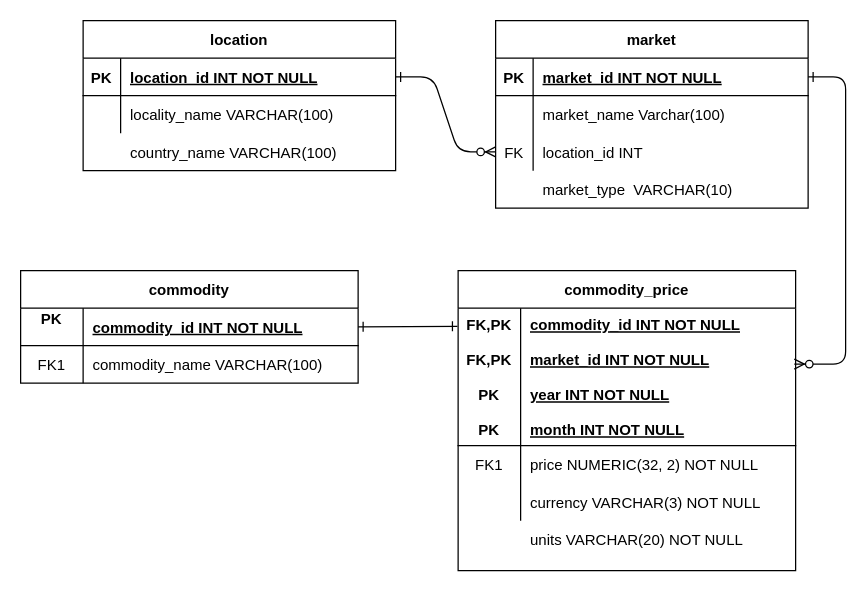
Ihor7748/db_lab4_khomyak keeps this draw.io diagram as ERD.drawio. Above is the earlier version. Source tidied: cells renumbered, new cells numbered last; positions are measured from the earlier drawing's top-left corner, leaving out a move shared by most shapes. Both pictures are drawn from the tidied source at 125%, with x=0, y=0 at pixel (20, 20).
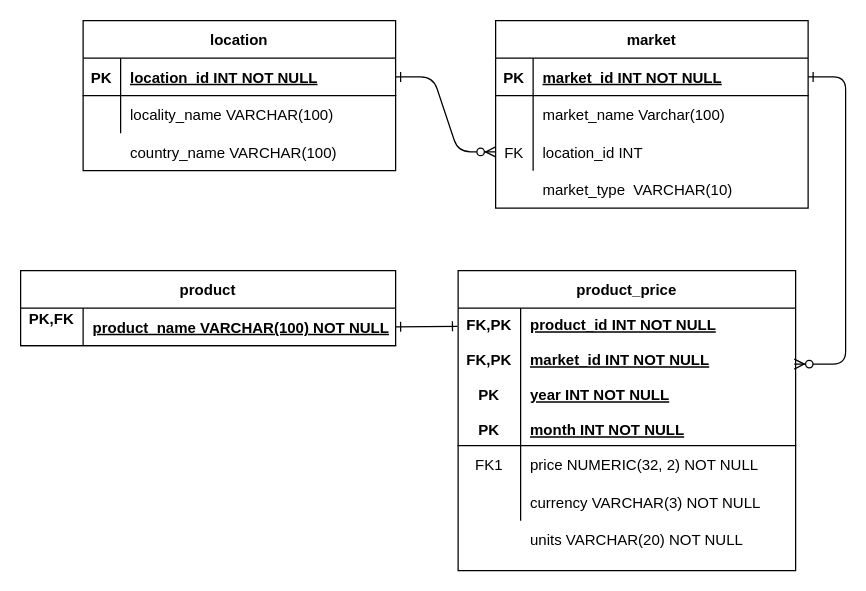
Above is the later version.

The change refers to these unchanged cells:
```xml
<mxCell id="15" style="shape=partialRectangle;fillColor=none;points=[[0,0.5],[1,0.5]];portConstraint=eastwest;top=0;left=0;right=0;bottom=1;" parent="14" vertex="1">
  <mxGeometry y="30" width="270" height="110" as="geometry" />
</mxCell>
```

Change to the diagram source:
```diff
@@
-    <mxCell id="14" value="commodity_price" style="shape=table;startSize=30;childLayout=tableLayout;rowLines=0;fontStyle=1;align=center;" parent="1" vertex="1">
+    <mxCell id="14" value="product_price" style="shape=table;startSize=30;childLayout=tableLayout;rowLines=0;fontStyle=1;align=center;" parent="1" vertex="1">
       <mxGeometry x="350" y="200" width="270" height="240" as="geometry" />
     </mxCell>
@@
-    <mxCell id="17" value="commodity_id INT NOT NULL &#10;&#10;market_id INT NOT NULL&#10;&#10;year INT NOT NULL&#10;&#10;month INT NOT NULL" style="shape=partialRectangle;overflow=hidden;fillColor=none;top=0;left=0;bottom=0;right=0;align=left;spacingLeft=6;fontStyle=5;" parent="15" vertex="1">
+    <mxCell id="17" value="product_id INT NOT NULL &#10;&#10;market_id INT NOT NULL&#10;&#10;year INT NOT NULL&#10;&#10;month INT NOT NULL" style="shape=partialRectangle;overflow=hidden;fillColor=none;top=0;left=0;bottom=0;right=0;align=left;spacingLeft=6;fontStyle=5;" parent="15" vertex="1">
       <mxGeometry x="50" width="220" height="110" as="geometry" />
     </mxCell>
@@
-    <mxCell id="34" value="commodity" style="shape=table;startSize=30;childLayout=tableLayout;rowLines=0;fontStyle=1;align=center;" parent="1" vertex="1">
-      <mxGeometry y="200" width="270" height="90" as="geometry" />
+    <mxCell id="34" value="product" style="shape=table;startSize=30;childLayout=tableLayout;rowLines=0;fontStyle=1;align=center;" parent="1" vertex="1">
+      <mxGeometry y="200" width="300" height="60" as="geometry" />
     </mxCell>
     <mxCell id="35" style="shape=partialRectangle;fillColor=none;points=[[0,0.5],[1,0.5]];portConstraint=eastwest;top=0;left=0;right=0;bottom=1;" parent="34" vertex="1">
-      <mxGeometry y="30" width="270" height="30" as="geometry" />
+      <mxGeometry y="30" width="300" height="30" as="geometry" />
     </mxCell>
-    <mxCell id="36" value="PK&#10;&#10;" style="shape=partialRectangle;overflow=hidden;fillColor=none;top=0;left=0;bottom=0;right=0;fontStyle=1;" parent="35" vertex="1">
+    <mxCell id="36" value="PK,FK&#10;" style="shape=partialRectangle;overflow=hidden;fillColor=none;top=0;left=0;bottom=0;right=0;fontStyle=1;" parent="35" vertex="1">
       <mxGeometry width="50" height="30" as="geometry" />
     </mxCell>
-    <mxCell id="37" value="commodity_id INT NOT NULL" style="shape=partialRectangle;overflow=hidden;fillColor=none;top=0;left=0;bottom=0;right=0;align=left;spacingLeft=6;fontStyle=5;" parent="35" vertex="1">
-      <mxGeometry x="50" width="220" height="30" as="geometry" />
+    <mxCell id="37" value="product_name VARCHAR(100) NOT NULL" style="shape=partialRectangle;overflow=hidden;fillColor=none;top=0;left=0;bottom=0;right=0;align=left;spacingLeft=6;fontStyle=5;" parent="35" vertex="1">
+      <mxGeometry x="50" width="250" height="30" as="geometry" />
     </mxCell>
-    <mxCell id="38" style="shape=partialRectangle;fillColor=none;top=0;left=0;right=0;bottom=0;" parent="34" vertex="1">
-      <mxGeometry y="60" width="270" height="30" as="geometry" />
-    </mxCell>
-    <mxCell id="39" value="FK1" style="shape=partialRectangle;overflow=hidden;fillColor=none;top=0;left=0;bottom=0;right=0;" parent="38" vertex="1">
-      <mxGeometry width="50" height="30" as="geometry" />
-    </mxCell>
-    <mxCell id="40" value="commodity_name VARCHAR(100)" style="shape=partialRectangle;overflow=hidden;fillColor=none;top=0;left=0;bottom=0;right=0;align=left;spacingLeft=6;" parent="38" vertex="1">
-      <mxGeometry x="50" width="220" height="30" as="geometry" />
-    </mxCell>
```
